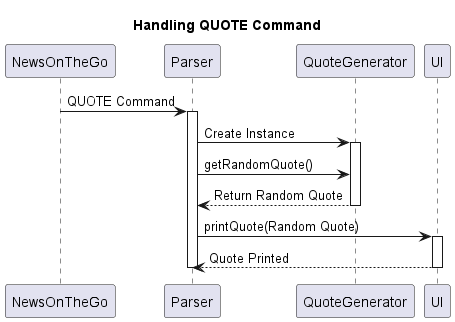
Above: docs/UML_Diagrams/QuoteGeneratorSequence.png in AhmedShaiyan/tp (PlantUML), before the change.
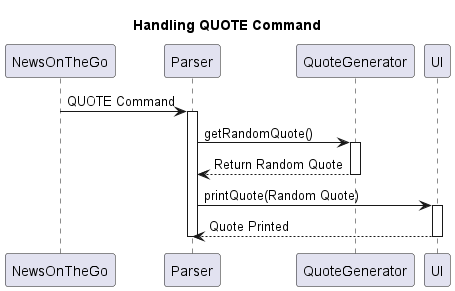
After the commit.

Change to the diagram source:
```diff
@@ -5,10 +5,8 @@
 
 activate Parser
 
-Parser -> QuoteGenerator: Create Instance
+Parser -> QuoteGenerator: getRandomQuote()
 activate QuoteGenerator
-
-Parser -> QuoteGenerator: getRandomQuote()
 
 QuoteGenerator --> Parser: Return Random Quote
 deactivate QuoteGenerator
```
